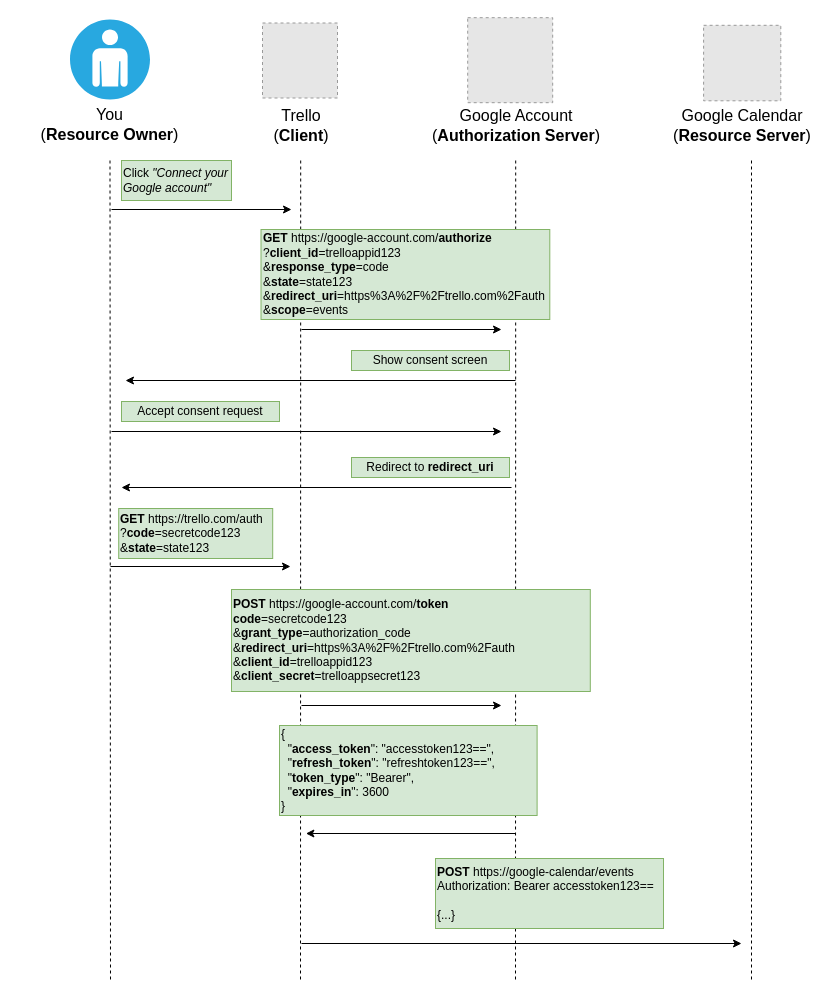
The draw.io diagram page "Auth code flow" (3 of 12) of notes/oauth2-and-openid-connect/diagrams/oauth2.drawio in labarilem/notes, before the edit. Source tidied: cells renumbered, new cells numbered last; positions are measured from the earlier drawing's top-left corner, leaving out a move shared by most shapes. Both pictures are drawn from the tidied source at 100%, with x=0, y=0 at pixel (17, 17). Pictures stored in the file or linked from it are replaced by grey dashed boxes.
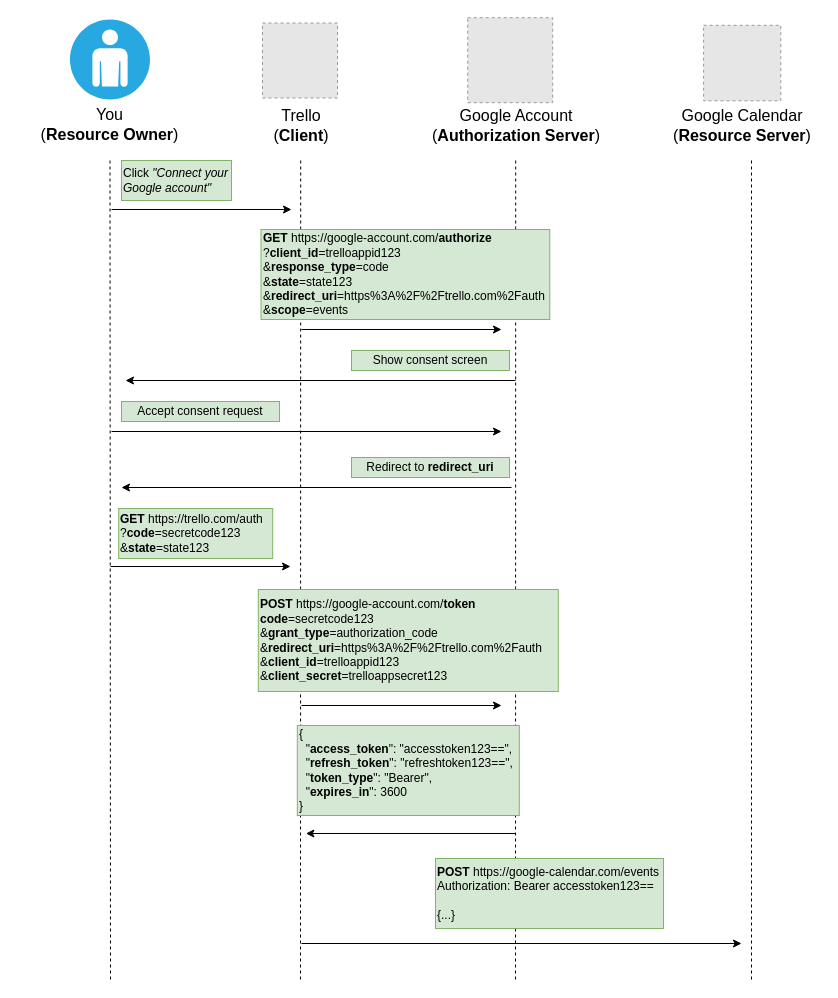
The same diagram, later.

What changed in the source:
```diff
@@
     <mxCell id="26" value="&lt;div style=&quot;white-space: normal&quot;&gt;&lt;div&gt;&lt;b&gt;POST&lt;/b&gt;&amp;nbsp;https://google-account.com/&lt;b&gt;token&lt;/b&gt;&lt;/div&gt;&lt;div&gt;&lt;b&gt;code&lt;/b&gt;=secretcode123&lt;/div&gt;&lt;div&gt;&amp;amp;&lt;b&gt;grant_type&lt;/b&gt;=authorization_code&lt;/div&gt;&lt;div&gt;&amp;amp;&lt;b&gt;redirect_uri&lt;/b&gt;=&lt;span&gt;https%3A%2F%2Ftrello.com%2Fauth&lt;/span&gt;&lt;/div&gt;&lt;div&gt;&amp;amp;&lt;b&gt;client_id&lt;/b&gt;=trelloappid123&lt;/div&gt;&lt;div&gt;&amp;amp;&lt;b&gt;client_secret&lt;/b&gt;=trelloappsecret123&lt;br&gt;&lt;/div&gt;&lt;/div&gt;" style="rounded=0;whiteSpace=wrap;html=1;align=left;labelBackgroundColor=none;fillColor=#d5e8d4;strokeColor=#82b366;" parent="1" vertex="1">
-      <mxGeometry x="214" y="572" width="358.8" height="102" as="geometry" />
+      <mxGeometry x="240.8" y="572" width="300" height="102" as="geometry" />
     </mxCell>
@@
     <mxCell id="28" value="&lt;div style=&quot;white-space: normal&quot;&gt;&lt;div&gt;{&lt;/div&gt;&lt;div&gt;&amp;nbsp; &quot;&lt;b&gt;access_token&lt;/b&gt;&quot;: &quot;accesstoken123==&quot;,&lt;/div&gt;&lt;div&gt;&amp;nbsp; &quot;&lt;b&gt;refresh_token&lt;/b&gt;&quot;: &quot;refreshtoken123==&quot;,&lt;/div&gt;&lt;div&gt;&amp;nbsp; &quot;&lt;b&gt;token_type&lt;/b&gt;&quot;: &quot;Bearer&quot;,&lt;/div&gt;&lt;div&gt;&amp;nbsp; &quot;&lt;b&gt;expires_in&lt;/b&gt;&quot;: 3600&lt;/div&gt;&lt;div&gt;}&lt;/div&gt;&lt;/div&gt;" style="rounded=0;whiteSpace=wrap;html=1;align=left;labelBackgroundColor=none;fillColor=#d5e8d4;strokeColor=#82b366;" parent="1" vertex="1">
-      <mxGeometry x="262" y="708" width="257.6" height="90" as="geometry" />
+      <mxGeometry x="279.8" y="708" width="222" height="90" as="geometry" />
     </mxCell>
@@
-    <mxCell id="30" value="&lt;b&gt;POST&lt;/b&gt; https://google-calendar/events&lt;br&gt;&lt;div&gt;&lt;span&gt;Authorization: Bearer accesstoken123==&lt;/span&gt;&lt;/div&gt;&lt;div&gt;&lt;span&gt;&lt;br&gt;&lt;/span&gt;&lt;/div&gt;&lt;div&gt;&lt;span&gt;{...}&lt;/span&gt;&lt;/div&gt;" style="rounded=0;whiteSpace=wrap;html=1;labelBackgroundColor=none;align=left;fillColor=#d5e8d4;strokeColor=#82b366;" parent="1" vertex="1">
+    <mxCell id="30" value="&lt;b&gt;POST&lt;/b&gt; https://google-calendar.com/events&lt;br&gt;&lt;div&gt;&lt;span&gt;Authorization: Bearer accesstoken123==&lt;/span&gt;&lt;/div&gt;&lt;div&gt;&lt;span&gt;&lt;br&gt;&lt;/span&gt;&lt;/div&gt;&lt;div&gt;&lt;span&gt;{...}&lt;/span&gt;&lt;/div&gt;" style="rounded=0;whiteSpace=wrap;html=1;labelBackgroundColor=none;align=left;fillColor=#d5e8d4;strokeColor=#82b366;" parent="1" vertex="1">
       <mxGeometry x="418" y="841" width="228" height="70" as="geometry" />
     </mxCell>
```
